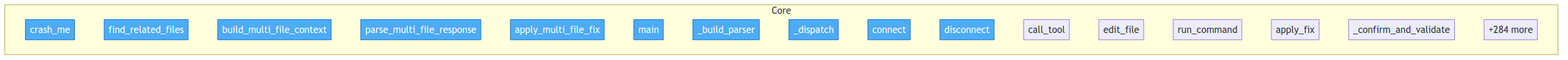
The Mermaid diagram project/flow.png in semcod/pfix, before a commit. Its source is kept beside it as project/flow.mmd.
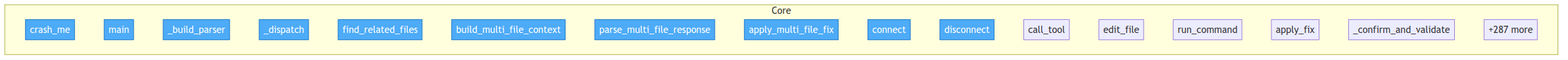
The same file after the commit.

What changed in the source:
```diff
@@ -4,13 +4,13 @@
 
     subgraph Core
         verify_runtime__crash_me["crash_me"]
+        src__pfix__cli__main["main"]
+        src__pfix__cli___build_parser["_build_parser"]
+        src__pfix__cli___dispatch["_dispatch"]
         src__pfix__multi_fix__find_related_files["find_related_files"]
         src__pfix__multi_fix__build_multi_file_context["build_multi_file_context"]
         src__pfix__multi_fix__parse_multi_file_response["parse_multi_file_response"]
         src__pfix__multi_fix__apply_multi_file_fix["apply_multi_file_fix"]
-        src__pfix__cli__main["main"]
-        src__pfix__cli___build_parser["_build_parser"]
-        src__pfix__cli___dispatch["_dispatch"]
         src__pfix__mcp_client__MCPClient__connect["connect"]
         src__pfix__mcp_client__MCPClient__disconnect["disconnect"]
         src__pfix__mcp_client__MCPClient__call_tool["call_tool"]
@@ -18,7 +18,7 @@
         src__pfix__mcp_client__MCPClient__run_command["run_command"]
         src__pfix__fixer__apply_fix["apply_fix"]
         src__pfix__fixer___confirm_and_validate["_confirm_and_validate"]
-        ...["+284 more"]
+        ...["+287 more"]
     end
 
-    class verify_runtime__crash_me,src__pfix__multi_fix__find_related_files,src__pfix__multi_fix__build_multi_file_context,src__pfix__multi_fix__parse_multi_file_response,src__pfix__multi_fix__apply_multi_file_fix,src__pfix__cli__main,src__pfix__cli___build_parser,src__pfix__cli___dispatch,src__pfix__mcp_client__MCPClient__connect,src__pfix__mcp_client__MCPClient__disconnect entry
+    class verify_runtime__crash_me,src__pfix__cli__main,src__pfix__cli___build_parser,src__pfix__cli___dispatch,src__pfix__multi_fix__find_related_files,src__pfix__multi_fix__build_multi_file_context,src__pfix__multi_fix__parse_multi_file_response,src__pfix__multi_fix__apply_multi_file_fix,src__pfix__mcp_client__MCPClient__connect,src__pfix__mcp_client__MCPClient__disconnect entry
```
